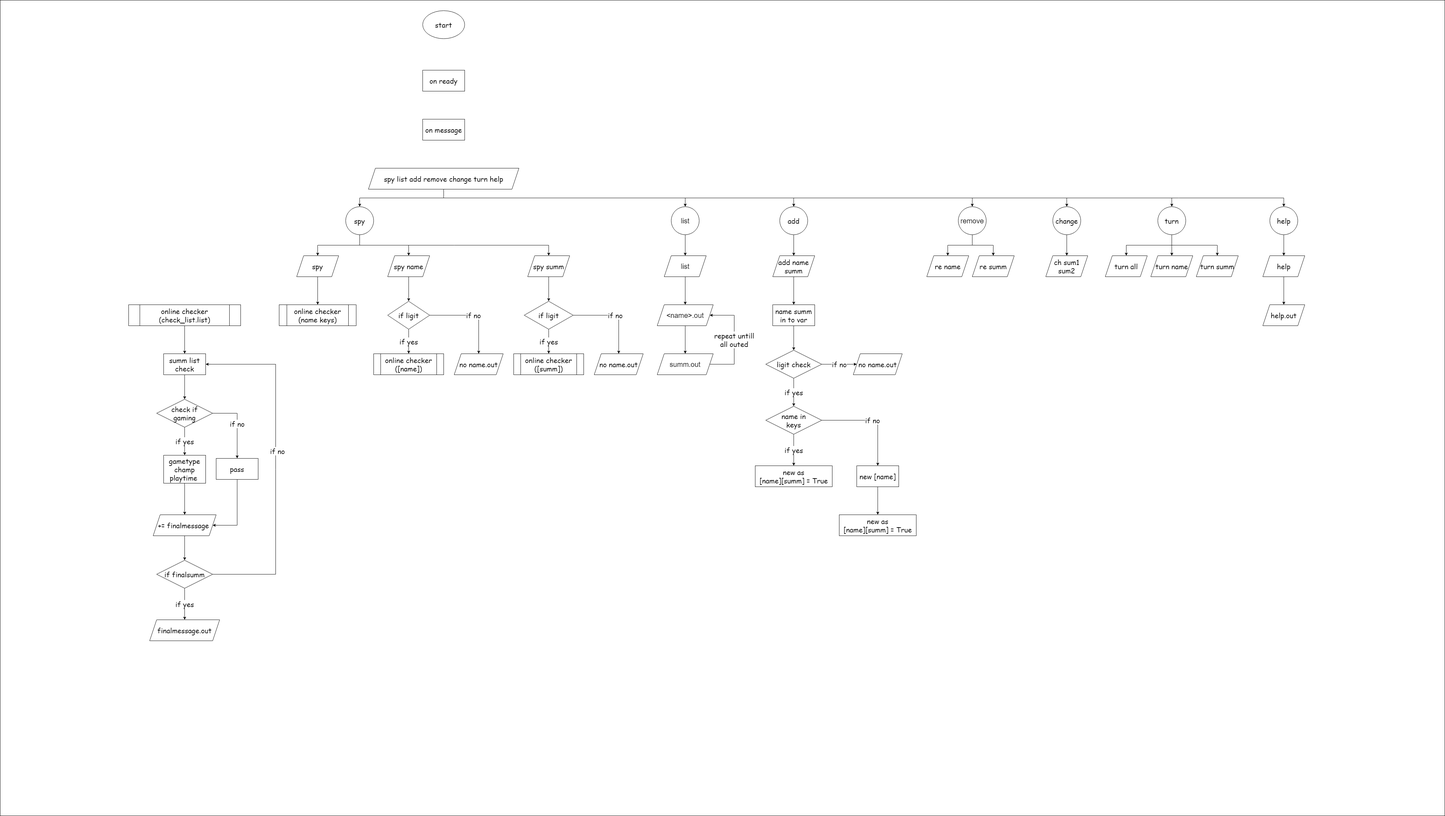
The draw.io diagram Project/Discord_Bot_LOL_online_checker/flowchart.png in KimbobHeaven/STUDY, before a commit. Source tidied: cells renumbered, new cells last; positions are measured from the earlier drawing's top-left corner, leaving out a move shared by most shapes.
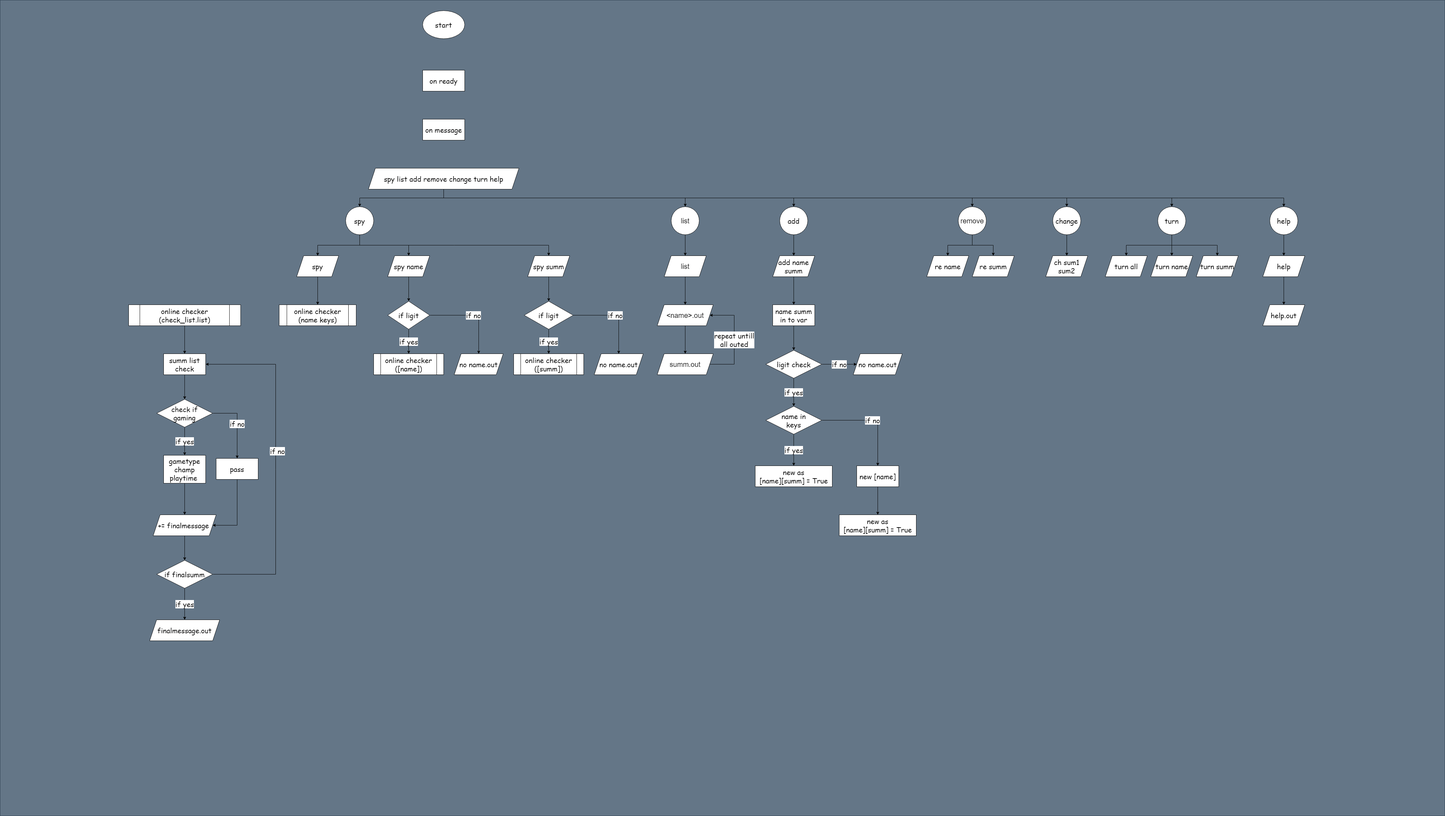
The same diagram one commit later.

The edit, as a diff of the source:
```diff
@@ -2,7 +2,7 @@
   <root>
     <mxCell id="0" />
     <mxCell id="1" parent="0" />
-    <mxCell id="2" style="rounded=0;whiteSpace=wrap;html=1;labelBackgroundColor=none;fontFamily=Comic Sans MS;fontSize=20;" parent="1" vertex="1">
+    <mxCell id="2" style="rounded=0;whiteSpace=wrap;html=1;labelBackgroundColor=none;fontFamily=Comic Sans MS;fontSize=20;fillColor=#647687;strokeColor=#314354;fontColor=#ffffff;" parent="1" vertex="1">
       <mxGeometry width="4127" height="2330" as="geometry" />
     </mxCell>
     <mxCell id="3" value="&lt;font style=&quot;font-size: 20px;&quot;&gt;start&lt;/font&gt;" style="ellipse;whiteSpace=wrap;html=1;fontSize=20;fontFamily=Comic Sans MS;fontStyle=0;labelBackgroundColor=none;" parent="1" vertex="1">
```
